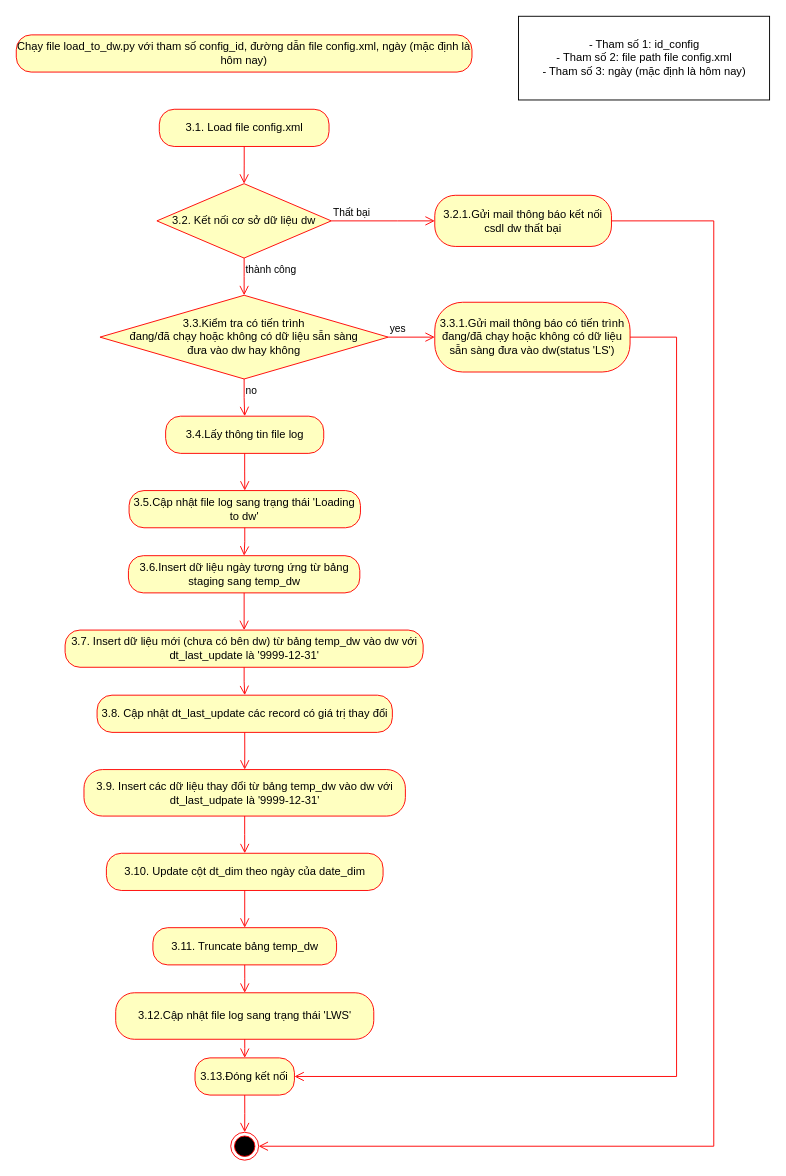
This is page "Load to dw" (4 of 4) of architecture.drawio from million-dollar-dev/nlu-data-warehouse_project, a draw.io file, before an edit. Source tidied: cells renumbered, new cells numbered last; positions are measured from the earlier drawing's top-left corner, leaving out a move shared by most shapes. Both pictures are drawn from the tidied source at 93%, with x=0, y=0 at pixel (16, 16).
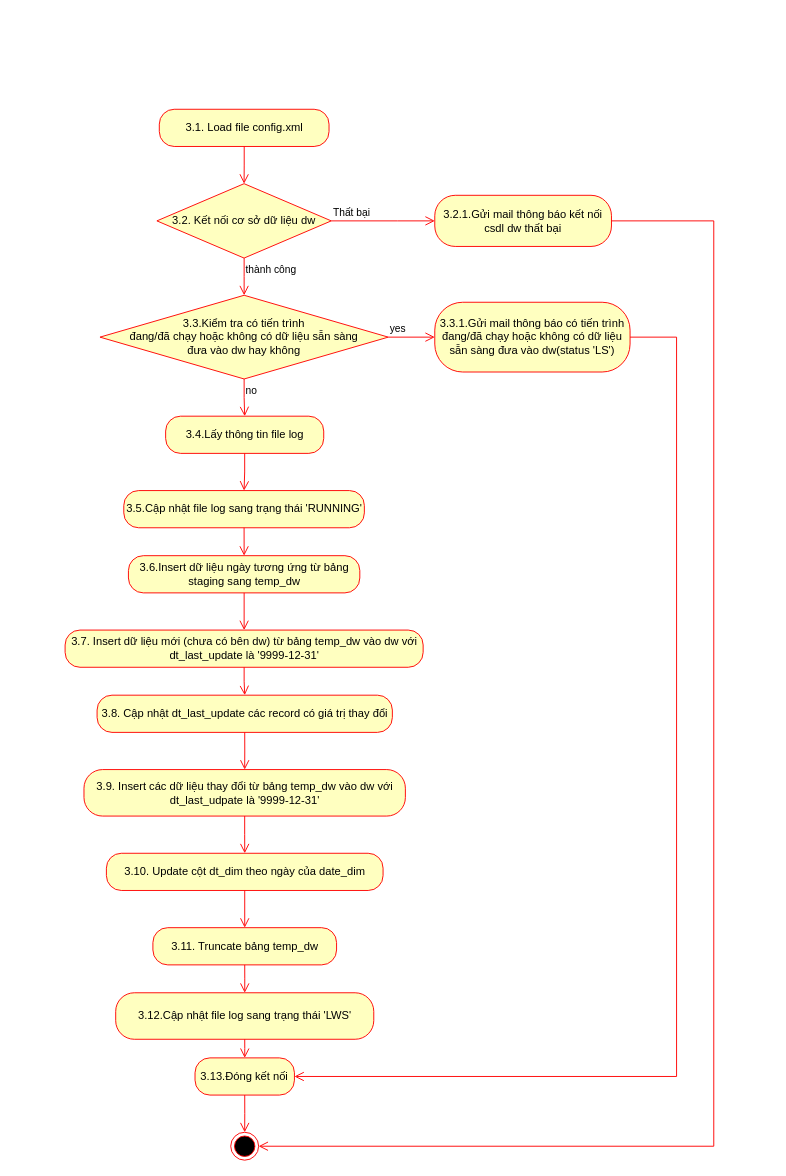
The same page after the edit.

The edit, as a diff of the source:
```diff
@@
-    <mxCell id="2" value="Chạy file load_to_dw.py với tham số config_id, đường dẫn file config.xml, ngày (mặc định là hôm nay)" style="rounded=1;whiteSpace=wrap;html=1;arcSize=40;fontColor=#000000;fillColor=#ffffc0;strokeColor=#ff0000;" parent="1" vertex="1">
-      <mxGeometry y="20" width="490" height="40" as="geometry" />
-    </mxCell>
@@
-    <mxCell id="7" value="- Tham số 1: id_config&lt;br&gt;- Tham số 2: file path file config.xml&lt;br&gt;- Tham số 3: ngày (mặc định là hôm nay)" style="html=1;" parent="1" vertex="1">
-      <mxGeometry x="540" width="270" height="90" as="geometry" />
-    </mxCell>
@@
-    <mxCell id="29" value="3.5.Cập nhật file log sang trạng thái 'Loading to dw'" style="rounded=1;whiteSpace=wrap;html=1;arcSize=40;fontColor=#000000;fillColor=#ffffc0;strokeColor=#ff0000;" parent="1" vertex="1">
-      <mxGeometry x="121.3" y="510" width="248.8" height="40" as="geometry" />
+    <mxCell id="29" value="3.5.Cập nhật file log sang trạng thái 'RUNNING'" style="rounded=1;whiteSpace=wrap;html=1;arcSize=40;fontColor=#000000;fillColor=#ffffc0;strokeColor=#ff0000;" parent="1" vertex="1">
+      <mxGeometry x="115.6" y="510" width="258.7" height="40" as="geometry" />
     </mxCell>
```
